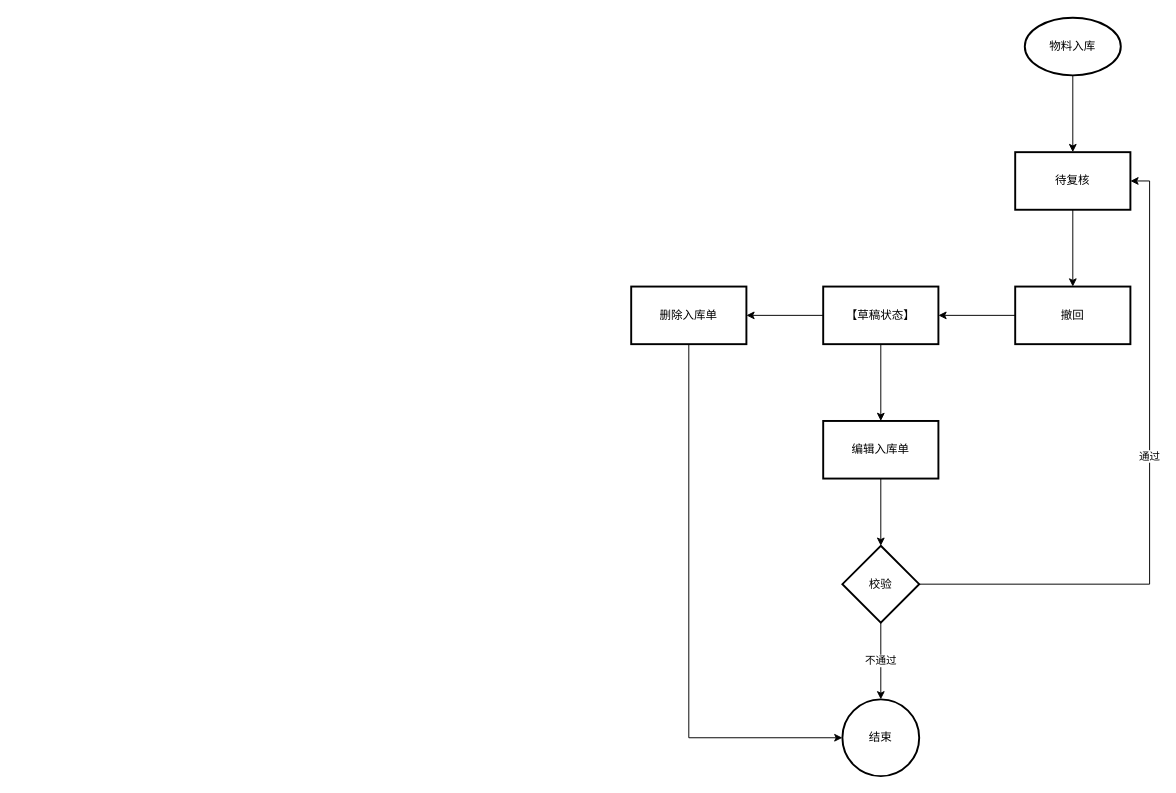
Above: first.drawio in surick/C_Demos (draw.io), before the change. Source tidied: cells renumbered, new cells numbered last; positions are measured from the earlier drawing's top-left corner, leaving out a move shared by most shapes. Both pictures are drawn from the tidied source at 96%, with x=0, y=0 at pixel (631, 17).
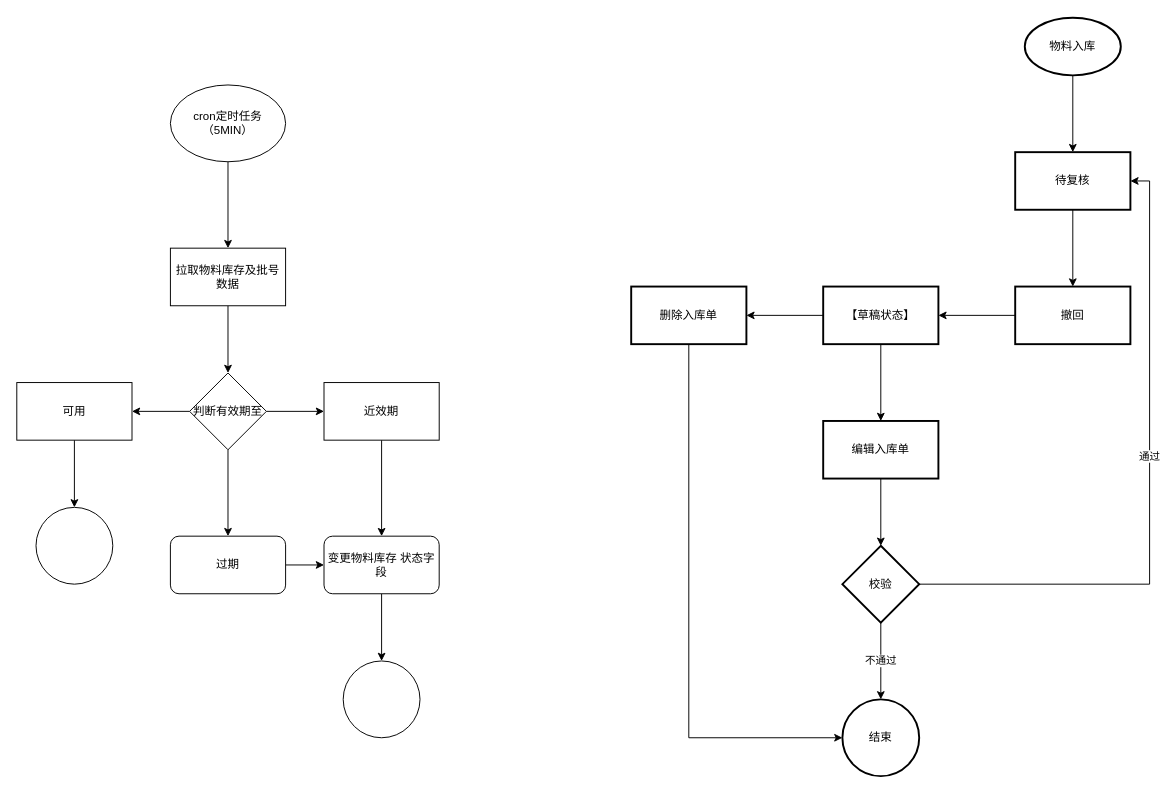
After the change.

Diff of the diagram source:
```diff
@@
+    <mxCell id="20" style="edgeStyle=orthogonalEdgeStyle;rounded=0;jettySize=auto;html=1;" parent="1" edge="1" source="21" target="23">
+      <mxGeometry relative="1" as="geometry" />
+    </mxCell>
+    <mxCell id="21" value="cron定时任务（5MIN）" style="ellipse;whiteSpace=wrap;html=1;" parent="1" vertex="1">
+      <mxGeometry x="-480" y="70" width="120" height="80" as="geometry" />
+    </mxCell>
+    <mxCell id="22" style="edgeStyle=orthogonalEdgeStyle;rounded=0;jettySize=auto;html=1;" parent="1" edge="1" source="23" target="27">
+      <mxGeometry relative="1" as="geometry" />
+    </mxCell>
+    <mxCell id="23" value="拉取物料库存及批号数据" style="whiteSpace=wrap;html=1;" parent="1" vertex="1">
+      <mxGeometry x="-480" y="240" width="120" height="60" as="geometry" />
+    </mxCell>
+    <mxCell id="24" style="edgeStyle=orthogonalEdgeStyle;rounded=0;jettySize=auto;html=1;" parent="1" edge="1" source="27" target="29">
+      <mxGeometry relative="1" as="geometry" />
+    </mxCell>
+    <mxCell id="25" style="edgeStyle=orthogonalEdgeStyle;rounded=0;jettySize=auto;html=1;" parent="1" edge="1" source="27" target="31">
+      <mxGeometry relative="1" as="geometry" />
+    </mxCell>
+    <mxCell id="26" style="edgeStyle=orthogonalEdgeStyle;rounded=0;jettySize=auto;html=1;" parent="1" edge="1" source="27" target="36">
+      <mxGeometry relative="1" as="geometry" />
+    </mxCell>
+    <mxCell id="27" value="判断有效期至" style="rhombus;whiteSpace=wrap;html=1;" parent="1" vertex="1">
+      <mxGeometry x="-460" y="370" width="80" height="80" as="geometry" />
+    </mxCell>
+    <mxCell id="28" style="edgeStyle=orthogonalEdgeStyle;rounded=0;jettySize=auto;html=1;entryX=0.5;entryY=0;entryDx=0;entryDy=0;" parent="1" edge="1" source="29" target="33">
+      <mxGeometry relative="1" as="geometry" />
+    </mxCell>
+    <mxCell id="29" value="近效期" style="whiteSpace=wrap;html=1;" parent="1" vertex="1">
+      <mxGeometry x="-320" y="380" width="120" height="60" as="geometry" />
+    </mxCell>
+    <mxCell id="30" style="edgeStyle=orthogonalEdgeStyle;rounded=0;jettySize=auto;html=1;" parent="1" edge="1" source="31" target="33">
+      <mxGeometry relative="1" as="geometry" />
+    </mxCell>
+    <mxCell id="31" value="过期" style="rounded=1;whiteSpace=wrap;html=1;" parent="1" vertex="1">
+      <mxGeometry x="-480" y="540" width="120" height="60" as="geometry" />
+    </mxCell>
+    <mxCell id="32" style="edgeStyle=orthogonalEdgeStyle;rounded=0;jettySize=auto;html=1;" parent="1" edge="1" source="33" target="34">
+      <mxGeometry relative="1" as="geometry" />
+    </mxCell>
+    <mxCell id="33" value="变更物料库存 状态字段" style="whiteSpace=wrap;html=1;rounded=1;" parent="1" vertex="1">
+      <mxGeometry x="-320" y="540" width="120" height="60" as="geometry" />
+    </mxCell>
+    <mxCell id="34" style="ellipse;whiteSpace=wrap;html=1;rounded=1;" parent="1" vertex="1">
+      <mxGeometry x="-300" y="670" width="80" height="80" as="geometry" />
+    </mxCell>
+    <mxCell id="35" style="edgeStyle=orthogonalEdgeStyle;rounded=0;jettySize=auto;html=1;" parent="1" edge="1" source="36" target="37">
+      <mxGeometry relative="1" as="geometry" />
+    </mxCell>
+    <mxCell id="36" value="可用" style="whiteSpace=wrap;html=1;" parent="1" vertex="1">
+      <mxGeometry x="-640" y="380" width="120" height="60" as="geometry" />
+    </mxCell>
+    <mxCell id="37" style="ellipse;whiteSpace=wrap;html=1;" parent="1" vertex="1">
+      <mxGeometry x="-620" y="510" width="80" height="80" as="geometry" />
+    </mxCell>
```
